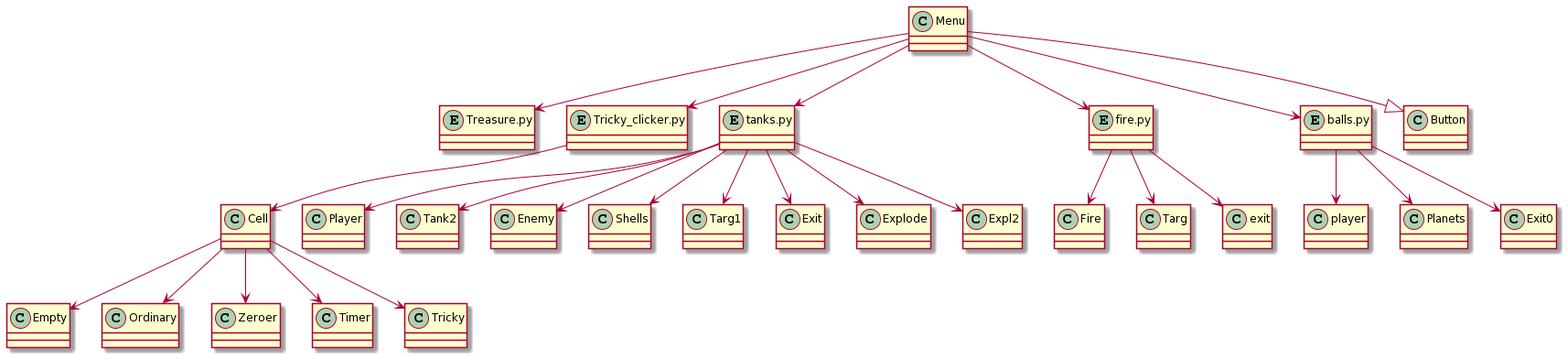
This is diagram.png from buskina/project, a PlantUML export, as it was before one commit.
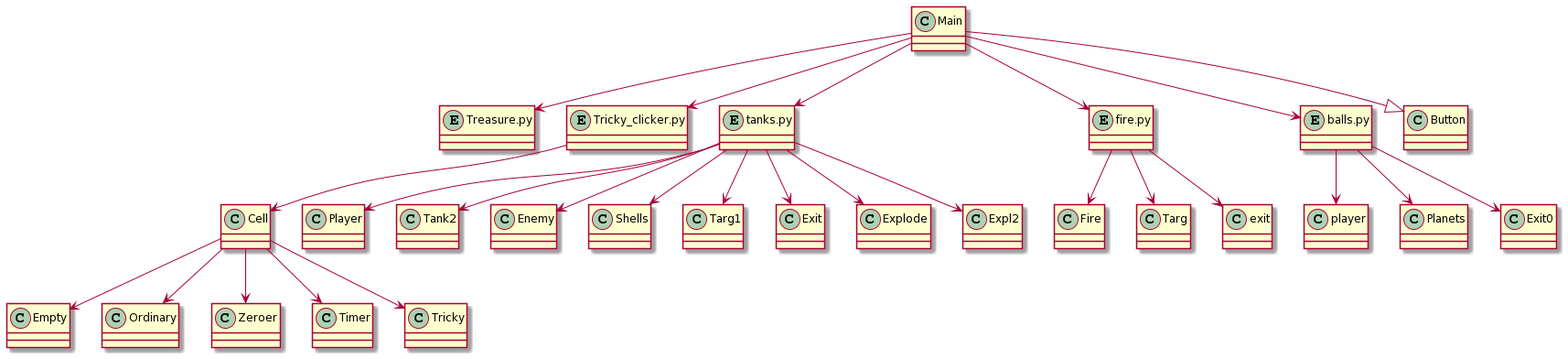
The same diagram one commit later.

Change to the diagram source:
```diff
@@ -1,5 +1,5 @@
 @startuml
-class Menu
+class Main
 entity Treasure.py
 entity Tricky_clicker.py
 entity tanks.py
@@ -30,12 +30,12 @@
 class player
 class Planets
 class Exit0
-Menu --> Treasure.py
-Menu --> Tricky_clicker.py
-Menu --> tanks.py
-Menu --> fire.py
-Menu --> balls.py
-Menu --|> Button
+Main --> Treasure.py
+Main --> Tricky_clicker.py
+Main --> tanks.py
+Main --> fire.py
+Main --> balls.py
+Main --|> Button
 
 Tricky_clicker.py --> Cell
 
```
